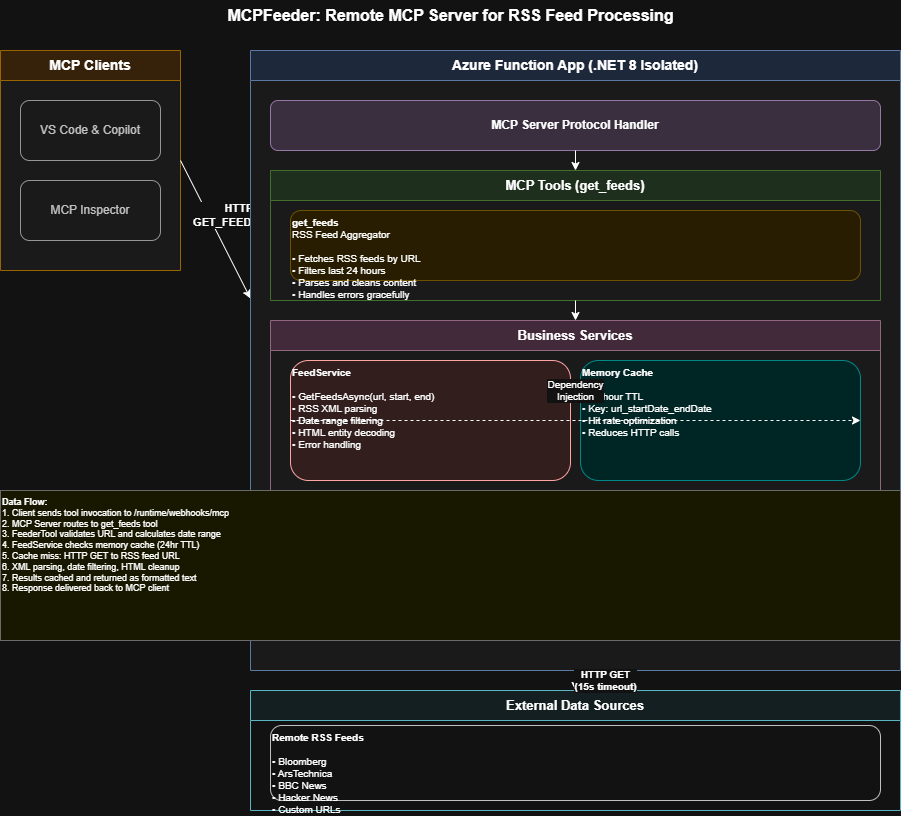
Above: architecture-diagram.png in artcava/MCPFeeder (draw.io), before the change. Source tidied: cells renumbered, new cells last; positions are measured from the earlier drawing's top-left corner, leaving out a move shared by most shapes. Its diagram source:
```xml
<mxGraphModel>
  <root>
    <mxCell id="0" />
    <mxCell id="1" parent="0" />
    <mxCell id="2" value="MCPFeeder: Remote MCP Server for RSS Feed Processing" style="text;html=1;align=center;verticalAlign=middle;fontSize=16;fontStyle=1;fillColor=none;strokeColor=none;" parent="1" vertex="1">
      <mxGeometry width="900" height="30" as="geometry" />
    </mxCell>
    <mxCell id="3" value="MCP Clients" style="swimlane;whiteSpace=wrap;html=1;fillColor=#ffe6cc;strokeColor=#d79b00;startSize=30;fontSize=14;fontStyle=1;swimlaneFillColor=#F5F5F5;" parent="1" vertex="1">
      <mxGeometry y="50" width="180" height="220" as="geometry" />
    </mxCell>
    <mxCell id="4" value="VS Code &amp; Copilot" style="rounded=1;whiteSpace=wrap;html=1;fillColor=#f5f5f5;strokeColor=#666666;fontColor=#333333;" parent="3" vertex="1">
      <mxGeometry x="20" y="50" width="140" height="60" as="geometry" />
    </mxCell>
    <mxCell id="5" value="MCP Inspector" style="rounded=1;whiteSpace=wrap;html=1;fillColor=#f5f5f5;strokeColor=#666666;fontColor=#333333;" parent="3" vertex="1">
      <mxGeometry x="20" y="130" width="140" height="60" as="geometry" />
    </mxCell>
    <mxCell id="6" value="HTTPS&lt;br&gt;GET_FEEDS TOOL" style="endArrow=classic;html=1;rounded=0;fontSize=11;fontStyle=1;exitX=1;exitY=0.5;exitDx=0;exitDy=0;entryX=0;entryY=0.4;entryDx=0;entryDy=0;" parent="1" edge="1" source="3" target="7">
      <mxGeometry y="30" relative="1" as="geometry" />
    </mxCell>
    <mxCell id="7" value="Azure Function App (.NET 8 Isolated)" style="swimlane;whiteSpace=wrap;html=1;fillColor=#dae8fc;strokeColor=#6c8ebf;startSize=30;fontSize=14;fontStyle=1;swimlaneFillColor=#f5f5f5;" parent="1" vertex="1">
      <mxGeometry x="250" y="50" width="650" height="620" as="geometry" />
    </mxCell>
    <mxCell id="8" value="MCP Server Protocol Handler" style="rounded=1;whiteSpace=wrap;html=1;fillColor=#e1d5e7;strokeColor=#9673a6;fontStyle=1;fontSize=12;" parent="7" vertex="1">
      <mxGeometry x="20" y="50" width="610" height="50" as="geometry" />
    </mxCell>
    <mxCell id="9" value="MCP Tools (get_feeds)" style="swimlane;whiteSpace=wrap;html=1;fillColor=#d5e8d4;strokeColor=#82b366;startSize=30;fontSize=13;fontStyle=1;" parent="7" vertex="1">
      <mxGeometry x="20" y="120" width="610" height="130" as="geometry" />
    </mxCell>
    <mxCell id="10" value="&lt;b&gt;get_feeds&lt;/b&gt;&lt;br&gt;RSS Feed Aggregator&lt;br&gt;&lt;br&gt;• Fetches RSS feeds by URL&lt;br&gt;• Filters last 24 hours&lt;br&gt;• Parses and cleans content&lt;br&gt;• Handles errors gracefully" style="rounded=1;whiteSpace=wrap;html=1;fillColor=#fff2cc;strokeColor=#d6b656;align=left;fontSize=10;verticalAlign=top;" parent="9" vertex="1">
      <mxGeometry x="20" y="40" width="570" height="70" as="geometry" />
    </mxCell>
    <mxCell id="11" value="Business Services" style="swimlane;whiteSpace=wrap;html=1;fillColor=#f0d4e8;strokeColor=#b384a0;startSize=30;fontSize=13;fontStyle=1;" parent="7" vertex="1">
      <mxGeometry x="20" y="270" width="610" height="180" as="geometry" />
    </mxCell>
    <mxCell id="12" value="&lt;b&gt;FeedService&lt;/b&gt;&lt;br&gt;&lt;br&gt;• GetFeedsAsync(url, start, end)&lt;br&gt;• RSS XML parsing&lt;br&gt;• Date range filtering&lt;br&gt;• HTML entity decoding&lt;br&gt;• Error handling" style="rounded=1;whiteSpace=wrap;html=1;fillColor=#ffe6e6;strokeColor=#cc0000;align=left;fontSize=10;verticalAlign=top;" parent="11" vertex="1">
      <mxGeometry x="20" y="40" width="280" height="120" as="geometry" />
    </mxCell>
    <mxCell id="13" value="&lt;b&gt;Memory Cache&lt;/b&gt;&lt;br&gt;&lt;br&gt;• 24-hour TTL&lt;br&gt;• Key: url_startDate_endDate&lt;br&gt;• Hit rate optimization&lt;br&gt;• Reduces HTTP calls" style="rounded=1;whiteSpace=wrap;html=1;fillColor=#ccffff;strokeColor=#00cccc;align=left;fontSize=10;verticalAlign=top;" parent="11" vertex="1">
      <mxGeometry x="310" y="40" width="280" height="120" as="geometry" />
    </mxCell>
    <mxCell id="14" style="endArrow=classic;html=1;rounded=0;exitX=0.5;exitY=1;exitDx=0;exitDy=0;entryX=0.5;entryY=0;entryDx=0;entryDy=0;" parent="7" edge="1" source="8" target="9">
      <mxGeometry relative="1" as="geometry" />
    </mxCell>
    <mxCell id="15" style="endArrow=classic;html=1;rounded=0;exitX=0.5;exitY=1;exitDx=0;exitDy=0;entryX=0.5;entryY=0;entryDx=0;entryDy=0;" parent="7" edge="1" source="9" target="11">
      <mxGeometry relative="1" as="geometry" />
    </mxCell>
    <mxCell id="16" value="Dependency&lt;br&gt;Injection" style="endArrow=classic;html=1;rounded=0;fontSize=10;exitX=0;exitY=0.5;exitDx=0;exitDy=0;entryX=1;entryY=0.5;entryDx=0;entryDy=0;dashed=1;" parent="7" edge="1" source="12" target="13">
      <mxGeometry y="30" relative="1" as="geometry" />
    </mxCell>
    <mxCell id="17" value="External Data Sources" style="swimlane;whiteSpace=wrap;html=1;fillColor=#e8f4f8;strokeColor=#046b7c;startSize=30;fontSize=13;fontStyle=1;" parent="1" vertex="1">
      <mxGeometry x="250" y="690" width="650" height="120" as="geometry" />
    </mxCell>
    <mxCell id="18" value="&lt;b&gt;Remote RSS Feeds&lt;/b&gt;&lt;br&gt;&lt;br&gt;• Bloomberg&lt;br&gt;• ArsTechnica&lt;br&gt;• BBC News&lt;br&gt;• Hacker News&lt;br&gt;• Custom URLs" style="rounded=1;whiteSpace=wrap;html=1;fillColor=#ffffff;strokeColor=#333333;align=left;fontSize=10;verticalAlign=top;" parent="17" vertex="1">
      <mxGeometry x="20" y="35" width="610" height="75" as="geometry" />
    </mxCell>
    <mxCell id="19" value="HTTP GET&lt;br&gt;(15s timeout)" style="endArrow=classic;html=1;rounded=0;fontSize=10;fontStyle=1;exitX=0.5;exitY=1;exitDx=0;exitDy=0;entryX=0.5;entryY=0;entryDx=0;entryDy=0;" parent="1" edge="1" source="7" target="17">
      <mxGeometry y="30" relative="1" as="geometry" />
    </mxCell>
    <mxCell id="20" value="&lt;b&gt;Data Flow:&lt;/b&gt;&lt;br&gt;1. Client sends tool invocation to /runtime/webhooks/mcp&lt;br&gt;2. MCP Server routes to get_feeds tool&lt;br&gt;3. FeederTool validates URL and calculates date range&lt;br&gt;4. FeedService checks memory cache (24hr TTL)&lt;br&gt;5. Cache miss: HTTP GET to RSS feed URL&lt;br&gt;6. XML parsing, date filtering, HTML cleanup&lt;br&gt;7. Results cached and returned as formatted text&lt;br&gt;8. Response delivered back to MCP client" style="text;html=1;align=left;verticalAlign=top;fontSize=9;fillColor=#ffffcc;strokeColor=#999999;" parent="1" vertex="1">
      <mxGeometry y="490" width="900" height="150" as="geometry" />
    </mxCell>
  </root>
</mxGraphModel>
```
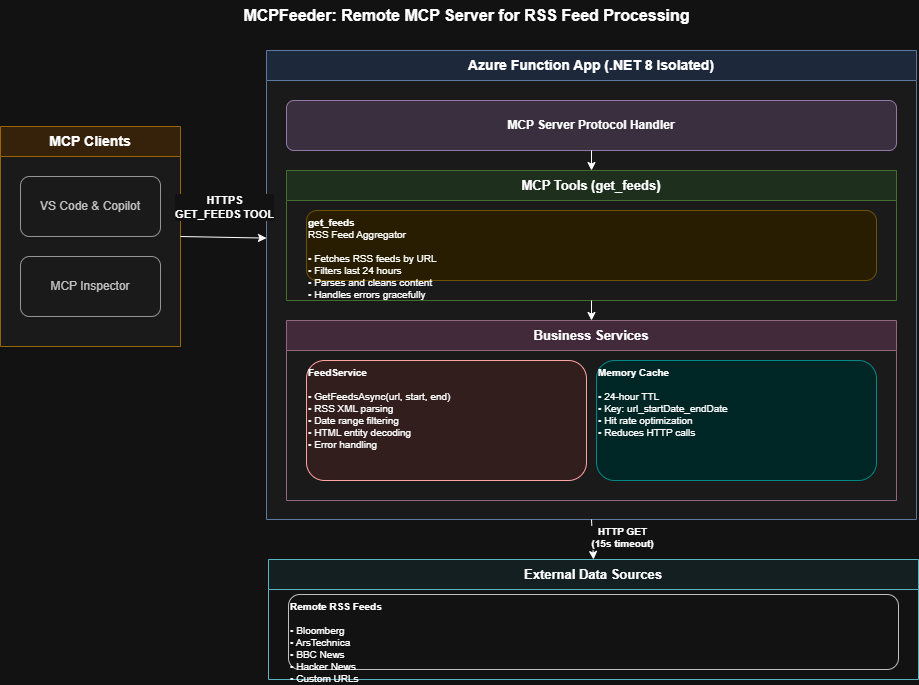
After the change.

Change to the diagram source:
```diff
@@ -6,7 +6,7 @@
       <mxGeometry width="900" height="30" as="geometry" />
     </mxCell>
     <mxCell id="3" value="MCP Clients" style="swimlane;whiteSpace=wrap;html=1;fillColor=#ffe6cc;strokeColor=#d79b00;startSize=30;fontSize=14;fontStyle=1;swimlaneFillColor=#F5F5F5;" parent="1" vertex="1">
-      <mxGeometry y="50" width="180" height="220" as="geometry" />
+      <mxGeometry x="-16" y="126" width="180" height="220" as="geometry" />
     </mxCell>
     <mxCell id="4" value="VS Code &amp; Copilot" style="rounded=1;whiteSpace=wrap;html=1;fillColor=#f5f5f5;strokeColor=#666666;fontColor=#333333;" parent="3" vertex="1">
       <mxGeometry x="20" y="50" width="140" height="60" as="geometry" />
@@ -14,11 +14,8 @@
     <mxCell id="5" value="MCP Inspector" style="rounded=1;whiteSpace=wrap;html=1;fillColor=#f5f5f5;strokeColor=#666666;fontColor=#333333;" parent="3" vertex="1">
       <mxGeometry x="20" y="130" width="140" height="60" as="geometry" />
     </mxCell>
-    <mxCell id="6" value="HTTPS&lt;br&gt;GET_FEEDS TOOL" style="endArrow=classic;html=1;rounded=0;fontSize=11;fontStyle=1;exitX=1;exitY=0.5;exitDx=0;exitDy=0;entryX=0;entryY=0.4;entryDx=0;entryDy=0;" parent="1" edge="1" source="3" target="7">
-      <mxGeometry y="30" relative="1" as="geometry" />
-    </mxCell>
     <mxCell id="7" value="Azure Function App (.NET 8 Isolated)" style="swimlane;whiteSpace=wrap;html=1;fillColor=#dae8fc;strokeColor=#6c8ebf;startSize=30;fontSize=14;fontStyle=1;swimlaneFillColor=#f5f5f5;" parent="1" vertex="1">
-      <mxGeometry x="250" y="50" width="650" height="620" as="geometry" />
+      <mxGeometry x="250" y="50" width="650" height="469" as="geometry" />
     </mxCell>
     <mxCell id="8" value="MCP Server Protocol Handler" style="rounded=1;whiteSpace=wrap;html=1;fillColor=#e1d5e7;strokeColor=#9673a6;fontStyle=1;fontSize=12;" parent="7" vertex="1">
       <mxGeometry x="20" y="50" width="610" height="50" as="geometry" />
@@ -44,11 +41,8 @@
     <mxCell id="15" style="endArrow=classic;html=1;rounded=0;exitX=0.5;exitY=1;exitDx=0;exitDy=0;entryX=0.5;entryY=0;entryDx=0;entryDy=0;" parent="7" edge="1" source="9" target="11">
       <mxGeometry relative="1" as="geometry" />
     </mxCell>
-    <mxCell id="16" value="Dependency&lt;br&gt;Injection" style="endArrow=classic;html=1;rounded=0;fontSize=10;exitX=0;exitY=0.5;exitDx=0;exitDy=0;entryX=1;entryY=0.5;entryDx=0;entryDy=0;dashed=1;" parent="7" edge="1" source="12" target="13">
-      <mxGeometry y="30" relative="1" as="geometry" />
-    </mxCell>
     <mxCell id="17" value="External Data Sources" style="swimlane;whiteSpace=wrap;html=1;fillColor=#e8f4f8;strokeColor=#046b7c;startSize=30;fontSize=13;fontStyle=1;" parent="1" vertex="1">
-      <mxGeometry x="250" y="690" width="650" height="120" as="geometry" />
+      <mxGeometry x="252" y="559" width="650" height="120" as="geometry" />
     </mxCell>
     <mxCell id="18" value="&lt;b&gt;Remote RSS Feeds&lt;/b&gt;&lt;br&gt;&lt;br&gt;• Bloomberg&lt;br&gt;• ArsTechnica&lt;br&gt;• BBC News&lt;br&gt;• Hacker News&lt;br&gt;• Custom URLs" style="rounded=1;whiteSpace=wrap;html=1;fillColor=#ffffff;strokeColor=#333333;align=left;fontSize=10;verticalAlign=top;" parent="17" vertex="1">
       <mxGeometry x="20" y="35" width="610" height="75" as="geometry" />
@@ -56,8 +50,8 @@
     <mxCell id="19" value="HTTP GET&lt;br&gt;(15s timeout)" style="endArrow=classic;html=1;rounded=0;fontSize=10;fontStyle=1;exitX=0.5;exitY=1;exitDx=0;exitDy=0;entryX=0.5;entryY=0;entryDx=0;entryDy=0;" parent="1" edge="1" source="7" target="17">
       <mxGeometry y="30" relative="1" as="geometry" />
     </mxCell>
-    <mxCell id="20" value="&lt;b&gt;Data Flow:&lt;/b&gt;&lt;br&gt;1. Client sends tool invocation to /runtime/webhooks/mcp&lt;br&gt;2. MCP Server routes to get_feeds tool&lt;br&gt;3. FeederTool validates URL and calculates date range&lt;br&gt;4. FeedService checks memory cache (24hr TTL)&lt;br&gt;5. Cache miss: HTTP GET to RSS feed URL&lt;br&gt;6. XML parsing, date filtering, HTML cleanup&lt;br&gt;7. Results cached and returned as formatted text&lt;br&gt;8. Response delivered back to MCP client" style="text;html=1;align=left;verticalAlign=top;fontSize=9;fillColor=#ffffcc;strokeColor=#999999;" parent="1" vertex="1">
-      <mxGeometry y="490" width="900" height="150" as="geometry" />
-    </mxCell>
+    <mxCell id="6" value="HTTPS&lt;br&gt;GET_FEEDS TOOL" style="endArrow=classic;html=1;rounded=0;fontSize=11;fontStyle=1;exitX=1;exitY=0.5;exitDx=0;exitDy=0;entryX=0;entryY=0.4;entryDx=0;entryDy=0;" parent="1" edge="1" source="3" target="7">
+      <mxGeometry y="30" relative="1" as="geometry" />
+    </mxCell>
   </root>
 </mxGraphModel>
```
